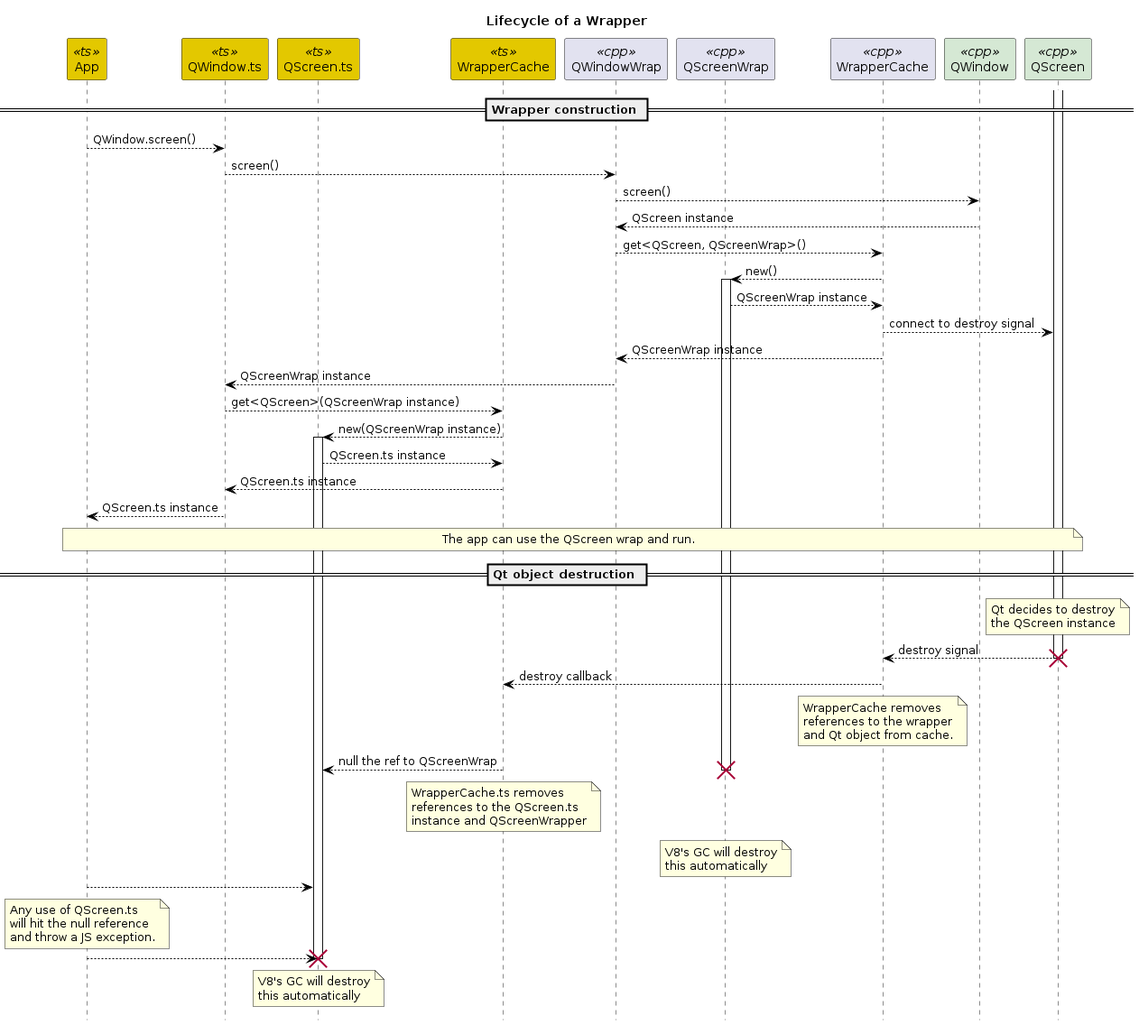
This is website/docs/development/wrapper_keep_alive_seq.png from nodegui/nodegui, a PlantUML export, as it was before one commit.
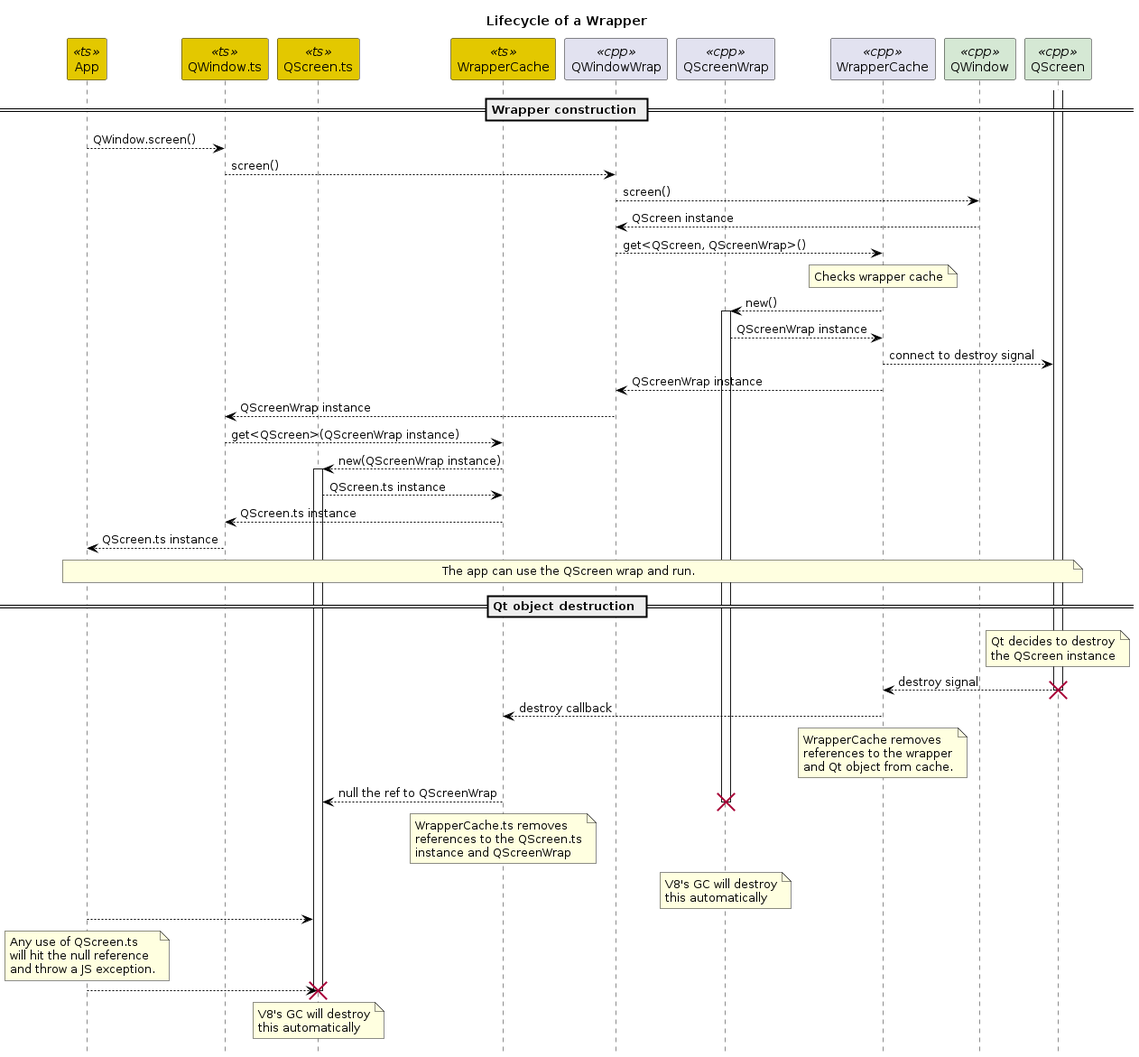
Above is the later version.

What changed in the source:
```diff
@@ -34,6 +34,9 @@
 qwindowwrap --> qwindow: screen()
 qwindow --> qwindowwrap: QScreen instance
 qwindowwrap --> wrappercachecpp: get<QScreen, QScreenWrap>()
+note over wrappercachecpp
+  Checks wrapper cache
+end note
 wrappercachecpp --> qscreenwrap: new()
 activate qscreenwrap
 qscreenwrap --> wrappercachecpp: QScreenWrap instance
@@ -68,7 +71,7 @@
 note over wrappercachets
   WrapperCache.ts removes
   references to the QScreen.ts
-  instance and QScreenWrapper
+  instance and QScreenWrap
 end note
 
 destroy qscreenwrap
```
